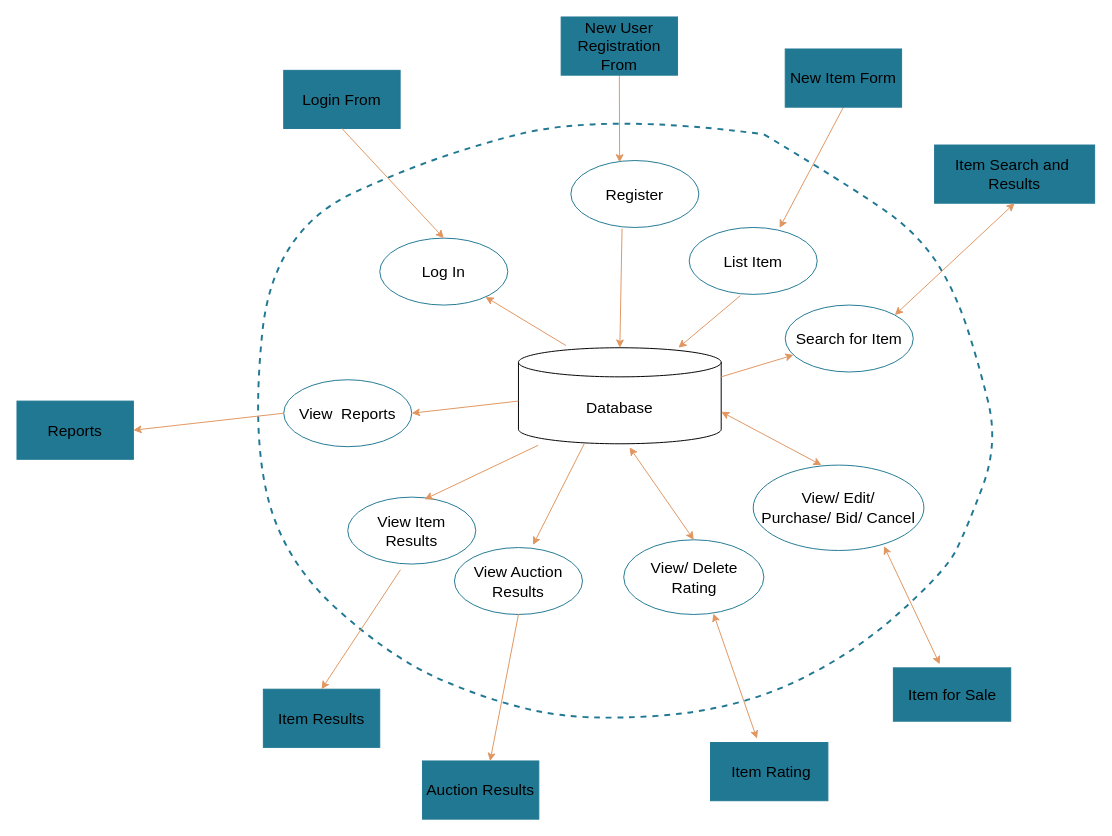
Before: Deliverables/IFD.drawio in leileili1010/Buzzbid, a draw.io diagram. Source tidied: cells renumbered, new cells numbered last; positions are measured from the earlier drawing's top-left corner, leaving out a move shared by most shapes. Both pictures are drawn from the tidied source at 97%, with x=0, y=0 at pixel (16, 16).
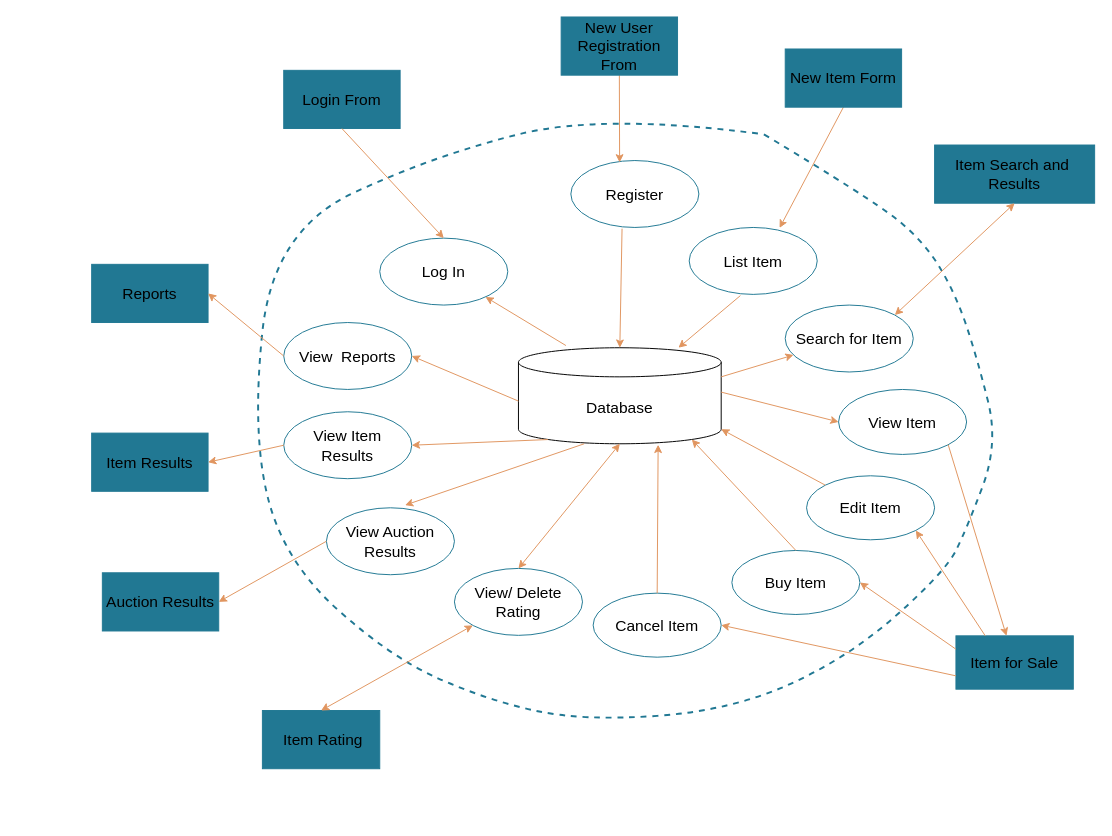
Above is the later version.

Commit message (it also covers changes not shown here):
Update IFD - Item For Sale split up into smaller tasks. Update EER - move Bid entity relation to Auction entity.

The change refers to these unchanged cells:
```xml
<mxCell id="3" value="&lt;font style=&quot;font-size: 16px;&quot;&gt;Database&lt;/font&gt;" style="shape=cylinder3;whiteSpace=wrap;html=1;boundedLbl=1;backgroundOutline=1;size=15;fontSize=16;points=[[0,0,0,0,15],[0,0,0,0,30],[0,0,0,0,60],[0,0.5,0,0,0],[0,1,0,0,-15],[0.145,0,0,0,4.35],[0.145,1,0,0,-4.35],[0.5,0,0,0,0],[0.5,1,0,0,0],[0.855,0,0,0,4.35],[0.855,1,0,0,-4.35],[1,0,0,0,15],[1,0,0,0,30],[1,0,0,0,60],[1,0.5,0,0,0],[1,1,0,0,-15]];" parent="1" vertex="1">
  <mxGeometry x="517" y="341" width="209" height="99" as="geometry" />
</mxCell>
```

What changed in the source:
```diff
@@
-    <mxCell id="17" value="&lt;span style=&quot;font-size: 16px;&quot;&gt;View/ Edit/ &lt;br&gt;Purchase/&amp;nbsp;Bid/ Cancel&lt;br&gt;&lt;/span&gt;" style="ellipse;whiteSpace=wrap;html=1;strokeColor=#217893;" parent="1" vertex="1">
-      <mxGeometry x="759" y="462" width="176" height="88" as="geometry" />
+    <mxCell id="17" value="&lt;span style=&quot;font-size: 16px;&quot;&gt;Edit Item&lt;br&gt;&lt;/span&gt;" style="ellipse;whiteSpace=wrap;html=1;strokeColor=#217893;" parent="1" vertex="1">
+      <mxGeometry x="814" y="473" width="132" height="66" as="geometry" />
     </mxCell>
     <mxCell id="18" value="Item for Sale" style="rounded=0;whiteSpace=wrap;html=1;fontSize=16;labelBackgroundColor=none;strokeColor=#217893;fillColor=#217893;" parent="1" vertex="1">
-      <mxGeometry x="903.5" y="671" width="121" height="55" as="geometry" />
+      <mxGeometry x="968" y="638" width="121" height="55" as="geometry" />
     </mxCell>
-    <mxCell id="19" style="endArrow=classic;startArrow=classic;html=1;rounded=0;exitX=0.4;exitY=0;exitDx=0;exitDy=0;exitPerimeter=0;entryX=1;entryY=0.667;entryDx=0;entryDy=0;entryPerimeter=0;strokeColor=#e1955f;" parent="1" edge="1" source="17" target="3">
-      <mxGeometry relative="1" as="geometry" />
-    </mxCell>
-    <mxCell id="20" style="endArrow=classic;startArrow=classic;html=1;rounded=0;entryX=0.766;entryY=0.949;entryDx=0;entryDy=0;entryPerimeter=0;exitX=0.395;exitY=-0.067;exitDx=0;exitDy=0;exitPerimeter=0;strokeColor=#e1955f;" parent="1" edge="1" source="18" target="17">
-      <mxGeometry relative="1" as="geometry" />
-    </mxCell>
     <mxCell id="21" value="&lt;span style=&quot;font-size: 16px;&quot;&gt;View/ Delete&lt;br&gt;Rating&lt;br&gt;&lt;/span&gt;" style="ellipse;whiteSpace=wrap;html=1;strokeColor=#217893;" parent="1" vertex="1">
-      <mxGeometry x="625.5" y="539" width="144.5" height="77" as="geometry" />
+      <mxGeometry x="451" y="568.5" width="132" height="69" as="geometry" />
     </mxCell>
     <mxCell id="22" value="&amp;nbsp;Item Rating" style="rounded=0;whiteSpace=wrap;html=1;fontSize=16;labelBackgroundColor=none;strokeColor=#217893;fillColor=#217893;" parent="1" vertex="1">
-      <mxGeometry x="715" y="748" width="121" height="60" as="geometry" />
+      <mxGeometry x="253" y="715" width="121" height="60" as="geometry" />
     </mxCell>
-    <mxCell id="23" style="endArrow=classic;startArrow=classic;html=1;rounded=0;exitX=0.5;exitY=0;exitDx=0;exitDy=0;entryX=0.548;entryY=1.038;entryDx=0;entryDy=0;entryPerimeter=0;strokeColor=#e1955f;" parent="1" edge="1" source="21" target="3">
+    <mxCell id="23" style="endArrow=classic;startArrow=classic;html=1;rounded=0;exitX=0.5;exitY=0;exitDx=0;exitDy=0;entryX=0.5;entryY=1;entryDx=0;entryDy=0;entryPerimeter=0;strokeColor=#e1955f;" parent="1" edge="1" source="21" target="3">
       <mxGeometry relative="1" as="geometry" />
     </mxCell>
-    <mxCell id="24" style="endArrow=classic;startArrow=classic;html=1;rounded=0;exitX=0.395;exitY=-0.067;exitDx=0;exitDy=0;exitPerimeter=0;entryX=0.64;entryY=0.987;entryDx=0;entryDy=0;entryPerimeter=0;strokeColor=#e1955f;" parent="1" edge="1" source="22" target="21">
+    <mxCell id="24" style="endArrow=classic;startArrow=classic;html=1;rounded=0;exitX=0.5;exitY=0;exitDx=0;exitDy=0;entryX=0;entryY=1;entryDx=0;entryDy=0;strokeColor=#e1955f;" parent="1" edge="1" source="22" target="21">
       <mxGeometry relative="1" as="geometry" />
     </mxCell>
     <mxCell id="25" value="&lt;span style=&quot;font-size: 16px;&quot;&gt;View Item &lt;br&gt;Results&lt;/span&gt;" style="ellipse;whiteSpace=wrap;html=1;strokeColor=#217893;" parent="1" vertex="1">
-      <mxGeometry x="341" y="495" width="132" height="69" as="geometry" />
+      <mxGeometry x="275" y="407" width="132" height="69" as="geometry" />
     </mxCell>
-    <mxCell id="26" style="endArrow=classic;html=1;rounded=0;entryX=0.6;entryY=0.033;entryDx=0;entryDy=0;exitX=0.097;exitY=1.016;exitDx=0;exitDy=0;exitPerimeter=0;entryPerimeter=0;strokeColor=#e1955f;" parent="1" edge="1" source="3" target="25">
+    <mxCell id="26" style="endArrow=classic;html=1;rounded=0;entryX=1;entryY=0.5;entryDx=0;entryDy=0;exitX=0.145;exitY=1;exitDx=0;exitDy=-4.35;exitPerimeter=0;strokeColor=#e1955f;" parent="1" edge="1" source="3" target="25">
       <mxGeometry relative="1" as="geometry" />
     </mxCell>
     <mxCell id="27" value="Item Results" style="rounded=0;whiteSpace=wrap;html=1;fontSize=16;strokeColor=#217893;fillColor=#217893;" parent="1" vertex="1">
-      <mxGeometry x="254" y="693" width="120" height="60" as="geometry" />
+      <mxGeometry x="77" y="429" width="120" height="60" as="geometry" />
     </mxCell>
-    <mxCell id="28" style="endArrow=classic;html=1;rounded=0;exitX=0.412;exitY=1.085;exitDx=0;exitDy=0;exitPerimeter=0;labelBackgroundColor=#fa8a3e;labelBorderColor=#fa8a3e;strokeColor=#e1955f;entryX=0.5;entryY=0;entryDx=0;entryDy=0;" parent="1" edge="1" source="25" target="27">
+    <mxCell id="28" style="endArrow=classic;html=1;rounded=0;exitX=0;exitY=0.5;exitDx=0;exitDy=0;labelBackgroundColor=#fa8a3e;labelBorderColor=#fa8a3e;strokeColor=#e1955f;entryX=1;entryY=0.5;entryDx=0;entryDy=0;" parent="1" edge="1" source="25" target="27">
       <mxGeometry relative="1" as="geometry" />
     </mxCell>
     <mxCell id="29" value="&lt;span style=&quot;font-size: 16px;&quot;&gt;View Auction&lt;br&gt;Results&lt;/span&gt;" style="ellipse;whiteSpace=wrap;html=1;strokeColor=#217893;" parent="1" vertex="1">
-      <mxGeometry x="451" y="547" width="132" height="69" as="geometry" />
+      <mxGeometry x="319" y="506" width="132" height="69" as="geometry" />
     </mxCell>
@@
     <mxCell id="31" value="Auction Results" style="rounded=0;whiteSpace=wrap;html=1;fontSize=16;strokeColor=#217893;fillColor=#217893;" parent="1" vertex="1">
-      <mxGeometry x="418" y="767" width="120" height="60" as="geometry" />
+      <mxGeometry x="88" y="573" width="120" height="60" as="geometry" />
     </mxCell>
-    <mxCell id="32" style="endArrow=classic;html=1;rounded=0;entryX=0.581;entryY=0.002;entryDx=0;entryDy=0;exitX=0.5;exitY=1;exitDx=0;exitDy=0;labelBackgroundColor=#fa8a3e;labelBorderColor=#fa8a3e;strokeColor=#e1955f;entryPerimeter=0;" parent="1" edge="1" source="29" target="31">
+    <mxCell id="32" style="endArrow=classic;html=1;rounded=0;entryX=1;entryY=0.5;entryDx=0;entryDy=0;exitX=0;exitY=0.5;exitDx=0;exitDy=0;labelBackgroundColor=#fa8a3e;labelBorderColor=#fa8a3e;strokeColor=#e1955f;" parent="1" edge="1" source="29" target="31">
       <mxGeometry relative="1" as="geometry" />
     </mxCell>
@@
     <mxCell id="36" value="&lt;span style=&quot;font-size: 16px;&quot;&gt;View&amp;nbsp; Reports&lt;/span&gt;" style="ellipse;whiteSpace=wrap;html=1;strokeColor=#217893;" parent="1" vertex="1">
-      <mxGeometry x="275" y="374" width="132" height="69" as="geometry" />
+      <mxGeometry x="275" y="315" width="132" height="69" as="geometry" />
     </mxCell>
@@
     <mxCell id="38" value="Reports" style="rounded=0;whiteSpace=wrap;html=1;fontSize=16;strokeColor=#217893;fillColor=#217893;" parent="1" vertex="1">
-      <mxGeometry y="396" width="120" height="60" as="geometry" />
+      <mxGeometry x="77" y="255" width="120" height="60" as="geometry" />
     </mxCell>
@@
+    <mxCell id="40" value="&lt;span style=&quot;font-size: 16px;&quot;&gt;View Item&lt;br&gt;&lt;/span&gt;" style="ellipse;whiteSpace=wrap;html=1;strokeColor=#217893;" parent="1" vertex="1">
+      <mxGeometry x="847" y="384" width="132" height="67" as="geometry" />
+    </mxCell>
+    <mxCell id="41" style="endArrow=classic;html=1;rounded=0;exitX=1;exitY=0.462;exitDx=0;exitDy=0;exitPerimeter=0;strokeColor=#e1955f;entryX=0;entryY=0.5;entryDx=0;entryDy=0;" parent="1" edge="1" source="3" target="40">
+      <mxGeometry relative="1" as="geometry" />
+    </mxCell>
+    <mxCell id="42" style="endArrow=classic;html=1;rounded=0;exitX=1;exitY=1;exitDx=0;exitDy=0;strokeColor=#e1955f;" parent="1" edge="1" source="40" target="18">
+      <mxGeometry relative="1" as="geometry" />
+    </mxCell>
+    <mxCell id="43" value="&lt;span style=&quot;font-size: 16px;&quot;&gt;Buy Item&lt;br&gt;&lt;/span&gt;" style="ellipse;whiteSpace=wrap;html=1;strokeColor=#217893;" parent="1" vertex="1">
+      <mxGeometry x="737" y="550" width="132" height="66" as="geometry" />
+    </mxCell>
+    <mxCell id="44" value="&lt;span style=&quot;font-size: 16px;&quot;&gt;Cancel Item&lt;br&gt;&lt;/span&gt;" style="ellipse;whiteSpace=wrap;html=1;strokeColor=#217893;" parent="1" vertex="1">
+      <mxGeometry x="594" y="594" width="132" height="66" as="geometry" />
+    </mxCell>
+    <mxCell id="45" style="endArrow=classic;html=1;rounded=0;exitX=0.5;exitY=0;exitDx=0;exitDy=0;entryX=0.689;entryY=1.01;entryDx=0;entryDy=0;entryPerimeter=0;strokeColor=#e1955f;" parent="1" edge="1" source="44" target="3">
+      <mxGeometry relative="1" as="geometry" />
+    </mxCell>
+    <mxCell id="46" style="endArrow=classic;html=1;rounded=0;exitX=0;exitY=0.75;exitDx=0;exitDy=0;entryX=1;entryY=0.5;entryDx=0;entryDy=0;strokeColor=#e1955f;" parent="1" edge="1" source="18" target="44">
+      <mxGeometry relative="1" as="geometry" />
+    </mxCell>
+    <mxCell id="20" style="endArrow=classic;html=1;rounded=0;exitX=0.25;exitY=0;exitDx=0;exitDy=0;entryX=1;entryY=1;entryDx=0;entryDy=0;strokeColor=#e1955f;" parent="1" edge="1" source="18" target="17">
+      <mxGeometry relative="1" as="geometry" />
+    </mxCell>
+    <mxCell id="19" style="endArrow=classic;html=1;rounded=0;exitX=0;exitY=0;exitDx=0;exitDy=0;strokeColor=#e1955f;entryX=1;entryY=1;entryDx=0;entryDy=-15;entryPerimeter=0;" parent="1" edge="1" source="17" target="3">
+      <mxGeometry relative="1" as="geometry" />
+    </mxCell>
+    <mxCell id="47" style="endArrow=classic;html=1;rounded=0;exitX=0;exitY=0.25;exitDx=0;exitDy=0;entryX=1;entryY=0.5;entryDx=0;entryDy=0;strokeColor=#e1955f;" parent="1" edge="1" source="18" target="43">
+      <mxGeometry relative="1" as="geometry" />
+    </mxCell>
+    <mxCell id="48" style="endArrow=classic;html=1;rounded=0;exitX=0.5;exitY=0;exitDx=0;exitDy=0;entryX=0.855;entryY=1;entryDx=0;entryDy=-4.35;strokeColor=#e1955f;entryPerimeter=0;" parent="1" edge="1" source="43" target="3">
+      <mxGeometry relative="1" as="geometry" />
+    </mxCell>
```
